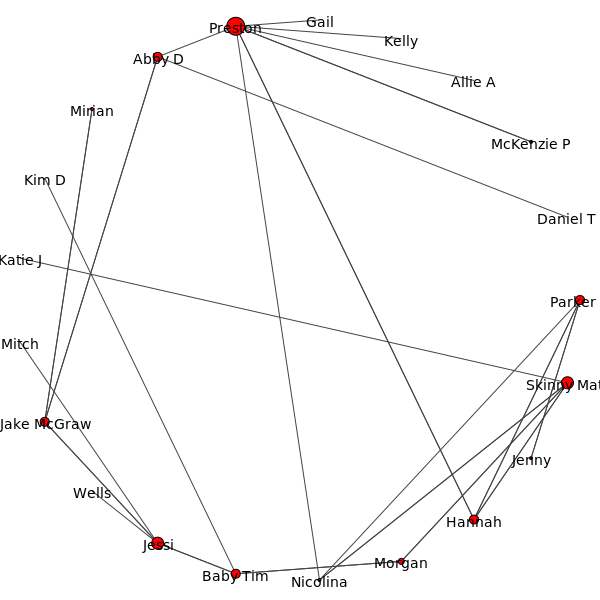
The Graphviz diagram the_web.png in rpg2014/force-web, before a commit. Its source is kept beside it as the_web.dot.
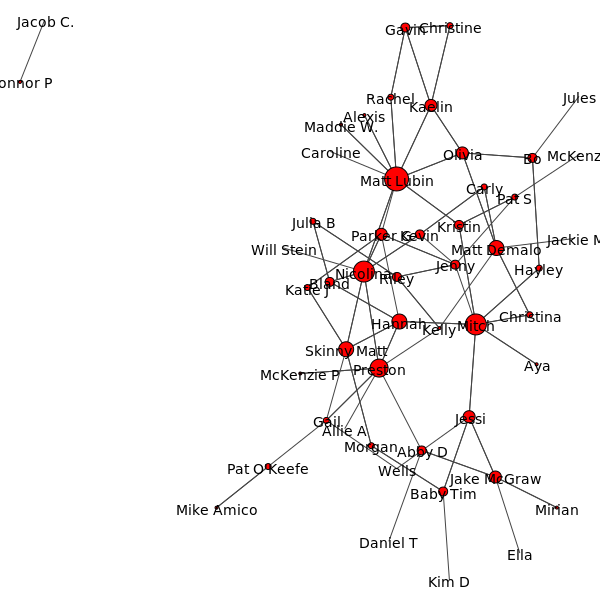
After the commit.

Change to the diagram source:
```diff
@@ -3,22 +3,22 @@
   0 [
     label="Parker G"
     name="Parker G"
-    size=9
+    size=12
   ];
   1 [
     label="Skinny Matt"
     name="Skinny Matt"
-    size=12
+    size=15
   ];
   2 [
     label=Jenny
     name=Jenny
-    size=3
+    size=9
   ];
   3 [
     label=Hannah
     name=Hannah
-    size=9
+    size=15
   ];
   4 [
     label=Morgan
@@ -28,7 +28,7 @@
   5 [
     label=Nicolina
     name=Nicolina
-    size=3
+    size=21
   ];
   6 [
     label="Baby Tim"
@@ -48,17 +48,17 @@
   9 [
     label="Jake McGraw"
     name="Jake McGraw"
-    size=9
+    size=12
   ];
   10 [
     label=Mitch
     name=Mitch
-    size=0
+    size=21
   ];
   11 [
     label="Katie J"
     name="Katie J"
-    size=0
+    size=6
   ];
   12 [
     label="Kim D"
@@ -83,12 +83,12 @@
   16 [
     label=Gail
     name=Gail
-    size=0
+    size=6
   ];
   17 [
     label=Kelly
     name=Kelly
-    size=0
+    size=3
   ];
   18 [
     label="Allie A"
@@ -105,21 +105,183 @@
     name="Daniel T"
     size=0
   ];
+  21 [
+    label=Kristin
+    name=Kristin
+    size=9
+  ];
+  22 [
+    label=Christina
+    name=Christina
+    size=6
+  ];
+  23 [
+    label="Matt Lubin"
+    name="Matt Lubin"
+    size=24
+  ];
+  24 [
+    label="Matt Demalo"
+    name="Matt Demalo"
+    size=15
+  ];
+  25 [
+    label=Gavin
+    name=Gavin
+    size=9
+  ];
+  26 [
+    label=Christine
+    name=Christine
+    size=6
+  ];
+  27 [
+    label=Rachel
+    name=Rachel
+    size=6
+  ];
+  28 [
+    label=Olivia
+    name=Olivia
+    size=12
+  ];
+  29 [
+    label=Kaelin
+    name=Kaelin
+    size=12
+  ];
+  30 [
+    label="Pat S"
+    name="Pat S"
+    size=6
+  ];
+  31 [
+    label=Kevin
+    name=Kevin
+    size=9
+  ];
+  32 [
+    label=Carly
+    name=Carly
+    size=6
+  ];
+  33 [
+    label=Riley
+    name=Riley
+    size=9
+  ];
+  34 [
+    label="Maddie W."
+    name="Maddie W."
+    size=3
+  ];
+  35 [
+    label=Alexis
+    name=Alexis
+    size=3
+  ];
+  36 [
+    label="Julia B"
+    name="Julia B"
+    size=6
+  ];
+  37 [
+    label=Hayley
+    name=Hayley
+    size=6
+  ];
+  38 [
+    label=Bo
+    name=Bo
+    size=9
+  ];
+  39 [
+    label=Bland
+    name=Bland
+    size=9
+  ];
+  40 [
+    label="Connor P"
+    name="Connor P"
+    size=3
+  ];
+  41 [
+    label=Aya
+    name=Aya
+    size=3
+  ];
+  42 [
+    label="Mike Amico"
+    name="Mike Amico"
+    size=3
+  ];
+  43 [
+    label="Will Stein"
+    name="Will Stein"
+    size=0
+  ];
+  44 [
+    label=Ella
+    name=Ella
+    size=0
+  ];
+  45 [
+    label=Caroline
+    name=Caroline
+    size=0
+  ];
+  46 [
+    label="Jackie M"
+    name="Jackie M"
+    size=0
+  ];
+  47 [
+    label=McKenzie
+    name=McKenzie
+    size=0
+  ];
+  48 [
+    label=Jules
+    name=Jules
+    size=0
+  ];
+  49 [
+    label="Jacob C."
+    name="Jacob C."
+    size=0
+  ];
+  50 [
+    label="Pat O'Keefe"
+    name="Pat O'Keefe"
+    size=6
+  ];
 
   2 -- 0;
-  3 -- 0;
+  23 -- 0;
   5 -- 0;
+  11 -- 0;
   3 -- 1;
   4 -- 1;
   5 -- 1;
   11 -- 1;
+  16 -- 1;
   2 -- 0;
+  30 -- 2;
+  33 -- 2;
   3 -- 0;
   3 -- 1;
   15 -- 3;
+  39 -- 3;
+  10 -- 3;
   6 -- 4;
   4 -- 1;
   5 -- 1;
+  23 -- 5;
+  15 -- 5;
+  5 -- 0;
+  43 -- 5;
+  31 -- 5;
+  39 -- 5;
   7 -- 6;
   12 -- 6;
   6 -- 4;
@@ -130,6 +292,16 @@
   9 -- 7;
   14 -- 9;
   13 -- 9;
+  44 -- 9;
+  22 -- 10;
+  10 -- 2;
+  21 -- 10;
+  10 -- 7;
+  41 -- 10;
+  37 -- 10;
+  10 -- 3;
+  11 -- 0;
+  11 -- 1;
   13 -- 9;
   14 -- 9;
   15 -- 14;
@@ -140,5 +312,68 @@
   18 -- 15;
   15 -- 3;
   19 -- 15;
+  16 -- 15;
+  16 -- 8;
+  33 -- 17;
   19 -- 15;
+  23 -- 21;
+  21 -- 10;
+  30 -- 21;
+  24 -- 22;
+  22 -- 10;
+  23 -- 21;
+  23 -- 5;
+  45 -- 23;
+  28 -- 23;
+  29 -- 23;
+  27 -- 23;
+  34 -- 23;
+  35 -- 23;
+  24 -- 22;
+  28 -- 24;
+  24 -- 17;
+  46 -- 24;
+  32 -- 24;
+  27 -- 25;
+  26 -- 25;
+  29 -- 25;
+  26 -- 25;
+  29 -- 26;
+  27 -- 23;
+  27 -- 25;
+  28 -- 23;
+  28 -- 24;
+  29 -- 28;
+  38 -- 28;
+  29 -- 28;
+  29 -- 23;
+  29 -- 25;
+  29 -- 26;
+  30 -- 21;
+  47 -- 30;
+  32 -- 31;
+  31 -- 5;
+  31 -- 2;
+  32 -- 31;
+  32 -- 24;
+  33 -- 2;
+  33 -- 17;
+  36 -- 33;
+  34 -- 23;
+  35 -- 23;
+  36 -- 33;
+  39 -- 36;
+  37 -- 10;
+  38 -- 37;
+  38 -- 28;
+  38 -- 37;
+  48 -- 38;
+  39 -- 36;
+  39 -- 5;
+  39 -- 3;
+  49 -- 40;
+  41 -- 10;
+  50 -- 42;
+  50 -- 42;
+  50 -- 16;
 }
```
